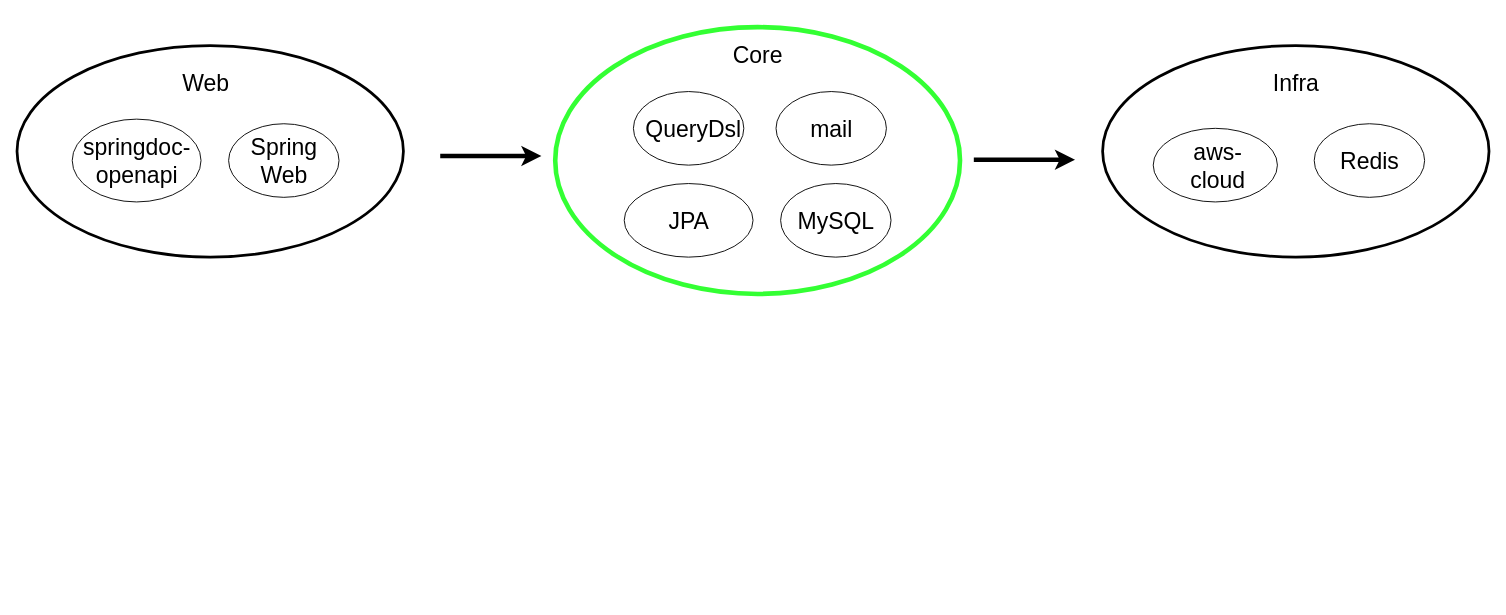
Earlier version of the draw.io diagram page "페이지-1" (1 of 2) of 모듈 설계.drawio (study-hub-server/study-hub-multimodule). Source tidied: cells renumbered, new cells numbered last; positions are measured from the earlier drawing's top-left corner, leaving out a move shared by most shapes. Both pictures are drawn from the tidied source at 92%, with x=0, y=0 at pixel (17, 27).
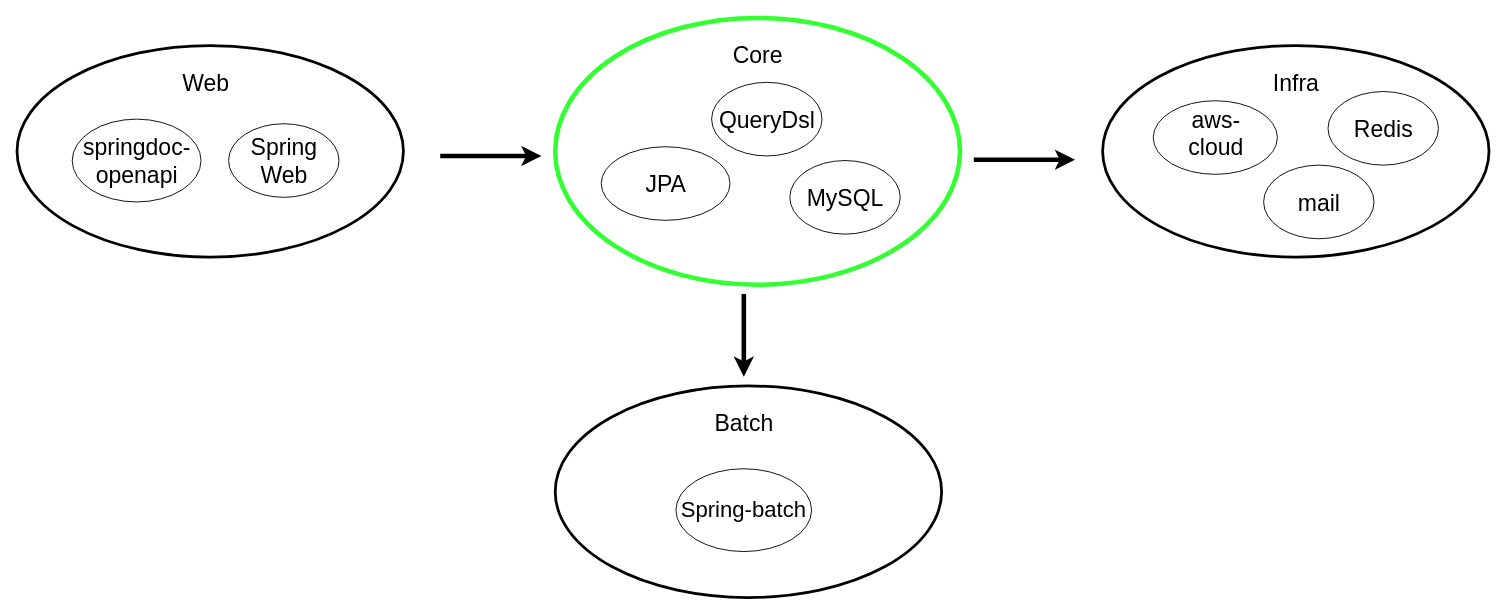
Above is the later version.

The edit, as a diff of the source:
```diff
@@
     <mxCell id="2" style="ellipse;whiteSpace=wrap;html=1;strokeColor=#33FF33;strokeWidth=5;rounded=0;" parent="1" vertex="1">
-      <mxGeometry x="585" width="440" height="290" as="geometry" />
+      <mxGeometry x="585" y="-10" width="440" height="290" as="geometry" />
     </mxCell>
     <mxCell id="3" style="ellipse;whiteSpace=wrap;html=1;rounded=0;" parent="1" vertex="1">
-      <mxGeometry x="830" y="170" width="120" height="80" as="geometry" />
+      <mxGeometry x="840" y="145" width="120" height="80" as="geometry" />
     </mxCell>
     <mxCell id="4" value="&lt;span style=&quot;font-size: 25px;&quot;&gt;MySQL&lt;/span&gt;" style="text;html=1;align=center;verticalAlign=middle;strokeColor=none;fillColor=none;rounded=0;" parent="1" vertex="1">
-      <mxGeometry x="835" y="190" width="110" height="40" as="geometry" />
+      <mxGeometry x="845" y="165" width="110" height="40" as="geometry" />
     </mxCell>
     <mxCell id="5" style="ellipse;whiteSpace=wrap;html=1;rounded=0;" parent="1" vertex="1">
-      <mxGeometry x="660" y="170" width="140" height="80" as="geometry" />
+      <mxGeometry x="635" y="130" width="140" height="80" as="geometry" />
     </mxCell>
@@
     <mxCell id="7" value="&lt;span style=&quot;font-size: 25px;&quot;&gt;JPA&lt;/span&gt;" style="text;html=1;align=center;verticalAlign=middle;strokeColor=none;fillColor=none;rounded=0;" parent="1" vertex="1">
-      <mxGeometry x="695" y="190" width="70" height="40" as="geometry" />
+      <mxGeometry x="670" y="150" width="70" height="40" as="geometry" />
     </mxCell>
     <mxCell id="8" style="ellipse;whiteSpace=wrap;html=1;rounded=0;" parent="1" vertex="1">
-      <mxGeometry x="670" y="70" width="120" height="80" as="geometry" />
+      <mxGeometry x="755" y="60" width="120" height="80" as="geometry" />
     </mxCell>
     <mxCell id="9" value="&lt;span style=&quot;font-size: 25px;&quot;&gt;QueryDsl&lt;/span&gt;" style="text;html=1;align=center;verticalAlign=middle;strokeColor=none;fillColor=none;rounded=0;" parent="1" vertex="1">
-      <mxGeometry x="670" y="90" width="130" height="40" as="geometry" />
+      <mxGeometry x="750" y="80" width="130" height="40" as="geometry" />
     </mxCell>
@@
     <mxCell id="11" style="ellipse;whiteSpace=wrap;html=1;rounded=0;" parent="1" vertex="1">
-      <mxGeometry x="1235" y="110" width="135" height="80" as="geometry" />
+      <mxGeometry x="1235" y="80" width="135" height="80" as="geometry" />
     </mxCell>
@@
     <mxCell id="13" value="&lt;span style=&quot;font-size: 25px;&quot;&gt;aws-&lt;br&gt;cloud&lt;/span&gt;" style="text;html=1;align=center;verticalAlign=middle;strokeColor=none;fillColor=none;rounded=0;" parent="1" vertex="1">
-      <mxGeometry x="1265" y="115" width="80" height="70" as="geometry" />
+      <mxGeometry x="1262.5" y="80" width="80" height="70" as="geometry" />
     </mxCell>
     <mxCell id="14" style="ellipse;whiteSpace=wrap;html=1;rounded=0;" parent="1" vertex="1">
-      <mxGeometry x="1410" y="105" width="120" height="80" as="geometry" />
+      <mxGeometry x="1425" y="70" width="120" height="80" as="geometry" />
     </mxCell>
     <mxCell id="15" value="&lt;span style=&quot;font-size: 25px;&quot;&gt;Redis&lt;/span&gt;" style="text;html=1;align=center;verticalAlign=middle;strokeColor=none;fillColor=none;rounded=0;" parent="1" vertex="1">
-      <mxGeometry x="1425" y="125" width="90" height="40" as="geometry" />
+      <mxGeometry x="1440" y="90" width="90" height="40" as="geometry" />
     </mxCell>
@@
     <mxCell id="17" style="ellipse;whiteSpace=wrap;html=1;rounded=0;" parent="1" vertex="1">
-      <mxGeometry x="825" y="70" width="120" height="80" as="geometry" />
+      <mxGeometry x="1355" y="150" width="120" height="80" as="geometry" />
     </mxCell>
     <mxCell id="18" value="&lt;span style=&quot;font-size: 25px;&quot;&gt;mail&lt;/span&gt;" style="text;html=1;align=center;verticalAlign=middle;strokeColor=none;fillColor=none;rounded=0;" parent="1" vertex="1">
-      <mxGeometry x="850" y="90" width="70" height="40" as="geometry" />
+      <mxGeometry x="1380" y="170" width="70" height="40" as="geometry" />
     </mxCell>
@@
+    <mxCell id="26" style="ellipse;whiteSpace=wrap;html=1;strokeWidth=3;rounded=0;" parent="1" vertex="1">
+      <mxGeometry x="585" y="390" width="420" height="230" as="geometry" />
+    </mxCell>
+    <mxCell id="27" value="&lt;font style=&quot;font-size: 24px;&quot;&gt;Spring-batch&lt;/font&gt;" style="ellipse;whiteSpace=wrap;html=1;rounded=0;" parent="1" vertex="1">
+      <mxGeometry x="716.2" y="480" width="147.5" height="90" as="geometry" />
+    </mxCell>
+    <mxCell id="28" value="&lt;span style=&quot;font-size: 25px;&quot;&gt;Batch&lt;/span&gt;" style="text;html=1;align=center;verticalAlign=middle;strokeColor=none;fillColor=none;rounded=0;" parent="1" vertex="1">
+      <mxGeometry x="745" y="410" width="90" height="40" as="geometry" />
+    </mxCell>
+    <mxCell id="29" style="endArrow=classic;html=1;rounded=0;strokeWidth=5;" parent="1" edge="1">
+      <mxGeometry relative="1" as="geometry">
+        <mxPoint x="790" y="290" as="sourcePoint" />
+        <mxPoint x="790" y="380" as="targetPoint" />
+      </mxGeometry>
+    </mxCell>
```
